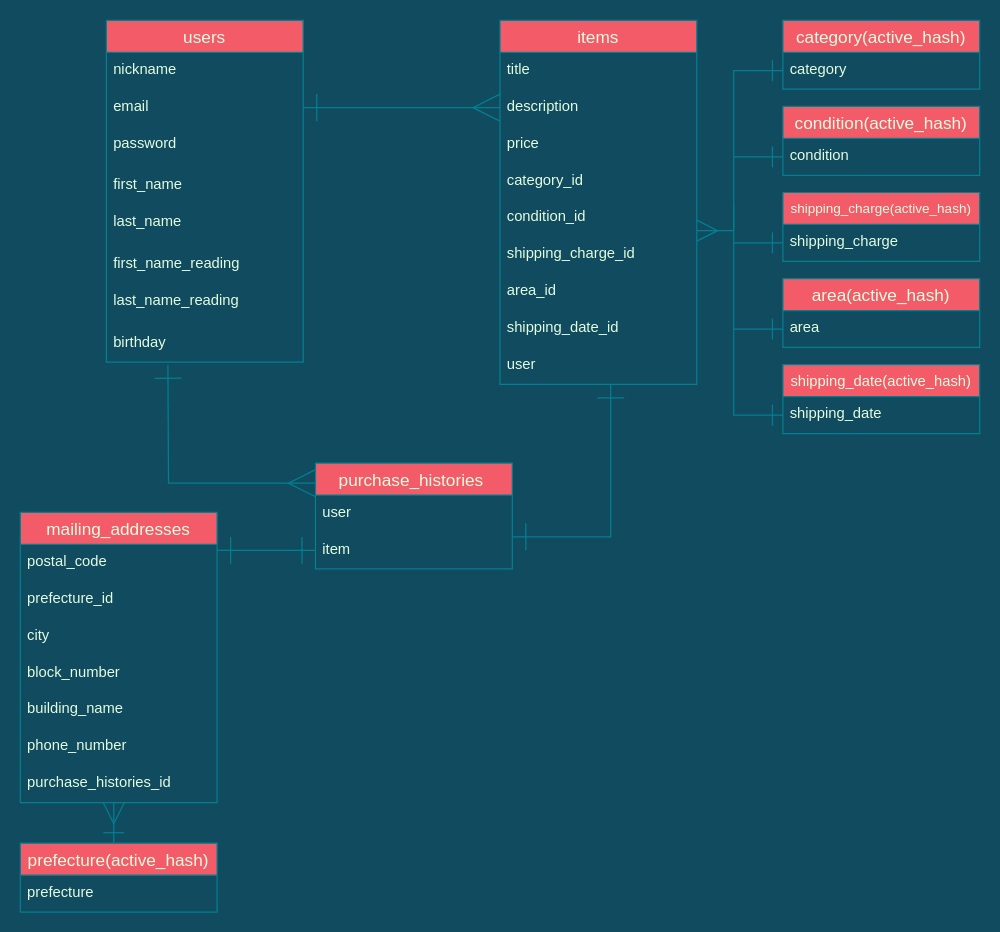
Above: er.dio in s6quma/furima-33975 (draw.io), before the change. Source tidied: cells renumbered, new cells numbered last; positions are measured from the earlier drawing's top-left corner, leaving out a move shared by most shapes. Both pictures are drawn from the tidied source at 123%, with x=0, y=0 at pixel (20, 20).
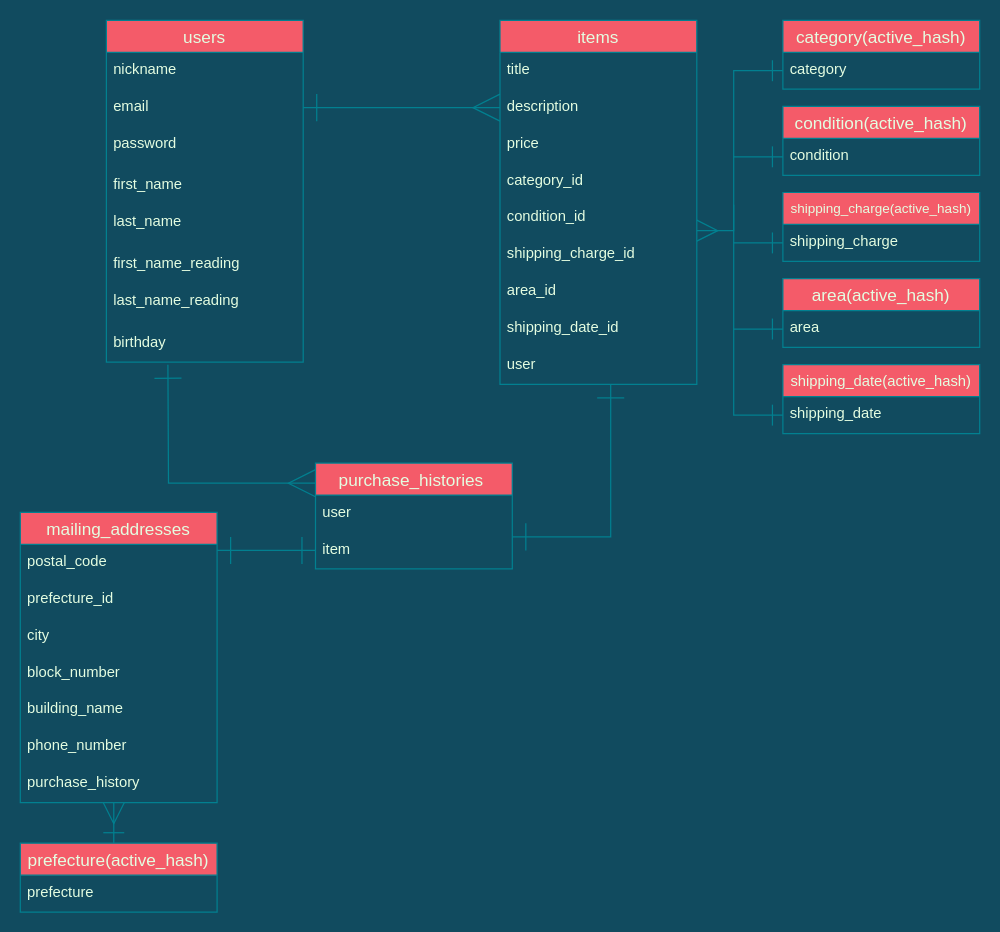
The same page after the edit.

Commit message (it also covers changes not shown here):
DBのタイプ、アソシエーションの修正

The change refers to these unchanged cells:
```xml
<mxCell id="24" value="mailing_addresses" style="swimlane;fontStyle=0;horizontal=1;startSize=26;align=center;fontSize=14;fillColor=#F45B69;strokeColor=#028090;fontColor=#E4FDE1;" parent="1" vertex="1">
  <mxGeometry y="400" width="160" height="236" as="geometry" />
</mxCell>
```

Diff of the diagram source:
```diff
@@
-    <mxCell id="31" value="purchase_histories_id" style="text;strokeColor=none;fillColor=none;spacingLeft=4;spacingRight=4;overflow=hidden;fontSize=12;fontColor=#E4FDE1;" parent="24" vertex="1">
+    <mxCell id="31" value="purchase_history" style="text;strokeColor=none;fillColor=none;spacingLeft=4;spacingRight=4;overflow=hidden;fontSize=12;fontColor=#E4FDE1;" parent="24" vertex="1">
       <mxGeometry y="206" width="160" height="30" as="geometry" />
     </mxCell>
```
